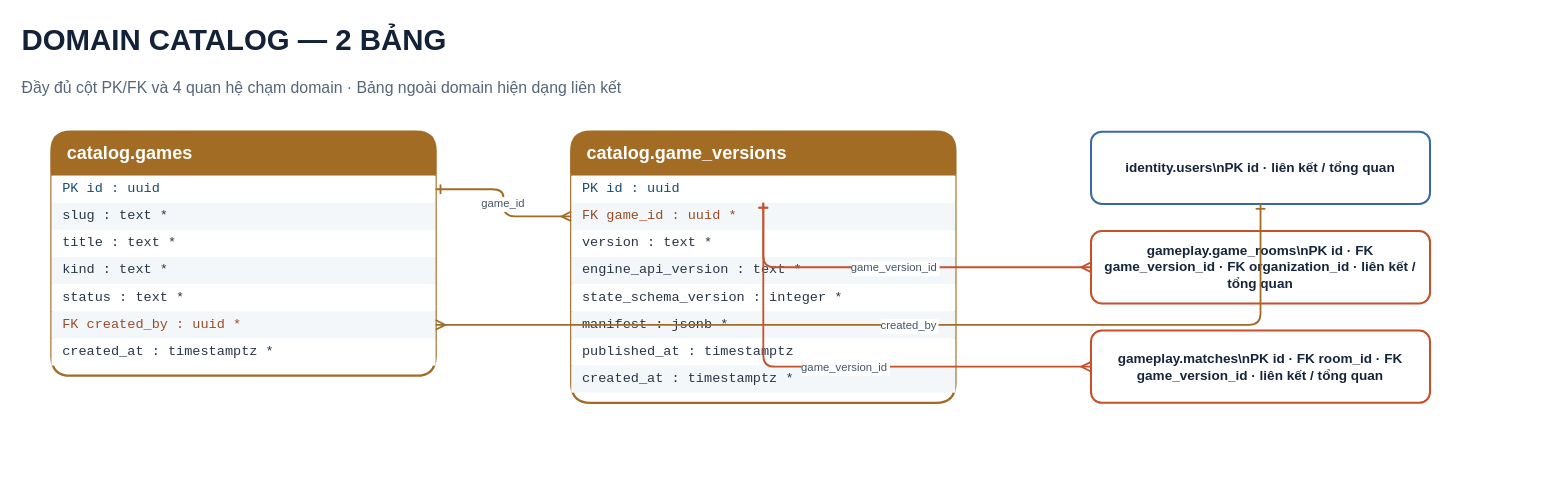
Before: page "Domain · catalog" (6 of 39) of docs/database/diagrams/Board_Game_Universe_Database_P0_Editable.drawio in quanpl86/Board-Game-Project, a draw.io diagram. Source tidied: cells renumbered, new cells numbered last; positions are measured from the earlier drawing's top-left corner, leaving out a move shared by most shapes. Both pictures are drawn from the tidied source at 113%, with x=0, y=0 at pixel (19, 19).
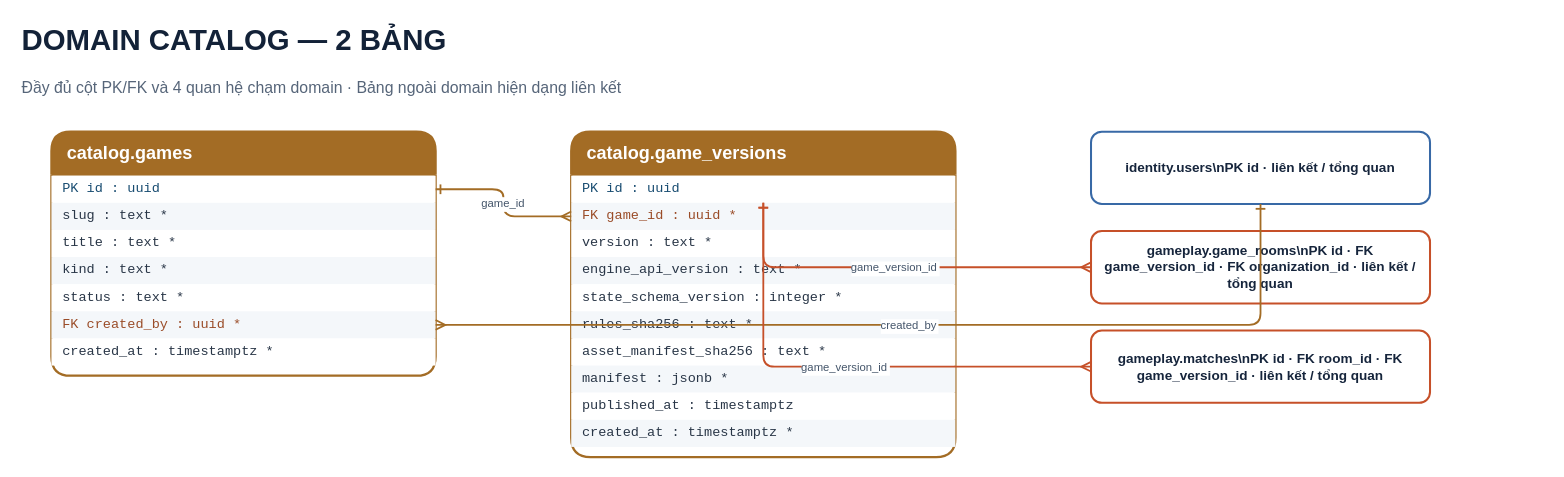
After the change.

What changed in the source:
```diff
@@
     <mxCell id="12" value="catalog.game_versions" style="swimlane;horizontal=1;startSize=38;rounded=1;whiteSpace=wrap;html=0;fillColor=#A36C25;swimlaneFillColor=#FFFFFF;strokeColor=#A36C25;strokeWidth=2;fontSize=16;fontStyle=1;fontColor=#FFFFFF;align=left;spacingLeft=12;" parent="1" vertex="1">
-      <mxGeometry x="488" y="99" width="340" height="240" as="geometry" />
+      <mxGeometry x="488" y="99" width="340" height="288" as="geometry" />
     </mxCell>
@@
+    <mxCell id="28" value="    rules_sha256 : text *" style="text;html=0;whiteSpace=wrap;overflow=hidden;align=left;verticalAlign=middle;fontFamily=Consolas;fontSize=12;fontColor=#293647;fillColor=#F4F7FA;spacingLeft=8;" parent="12" vertex="1">
+      <mxGeometry y="159" width="340" height="24" as="geometry" />
+    </mxCell>
+    <mxCell id="29" value="    asset_manifest_sha256 : text *" style="text;html=0;whiteSpace=wrap;overflow=hidden;align=left;verticalAlign=middle;fontFamily=Consolas;fontSize=12;fontColor=#293647;fillColor=#FFFFFF;spacingLeft=8;" parent="12" vertex="1">
+      <mxGeometry y="183" width="340" height="24" as="geometry" />
+    </mxCell>
     <mxCell id="18" value="    manifest : jsonb *" style="text;html=0;whiteSpace=wrap;overflow=hidden;align=left;verticalAlign=middle;fontFamily=Consolas;fontSize=12;fontColor=#293647;fillColor=#F4F7FA;spacingLeft=8;" parent="12" vertex="1">
-      <mxGeometry y="159" width="340" height="24" as="geometry" />
+      <mxGeometry y="207" width="340" height="24" as="geometry" />
     </mxCell>
     <mxCell id="19" value="    published_at : timestamptz" style="text;html=0;whiteSpace=wrap;overflow=hidden;align=left;verticalAlign=middle;fontFamily=Consolas;fontSize=12;fontColor=#293647;fillColor=#FFFFFF;spacingLeft=8;" parent="12" vertex="1">
-      <mxGeometry y="183" width="340" height="24" as="geometry" />
+      <mxGeometry y="231" width="340" height="24" as="geometry" />
     </mxCell>
     <mxCell id="20" value="    created_at : timestamptz *" style="text;html=0;whiteSpace=wrap;overflow=hidden;align=left;verticalAlign=middle;fontFamily=Consolas;fontSize=12;fontColor=#293647;fillColor=#F4F7FA;spacingLeft=8;" parent="12" vertex="1">
-      <mxGeometry y="207" width="340" height="24" as="geometry" />
+      <mxGeometry y="255" width="340" height="24" as="geometry" />
     </mxCell>
```
